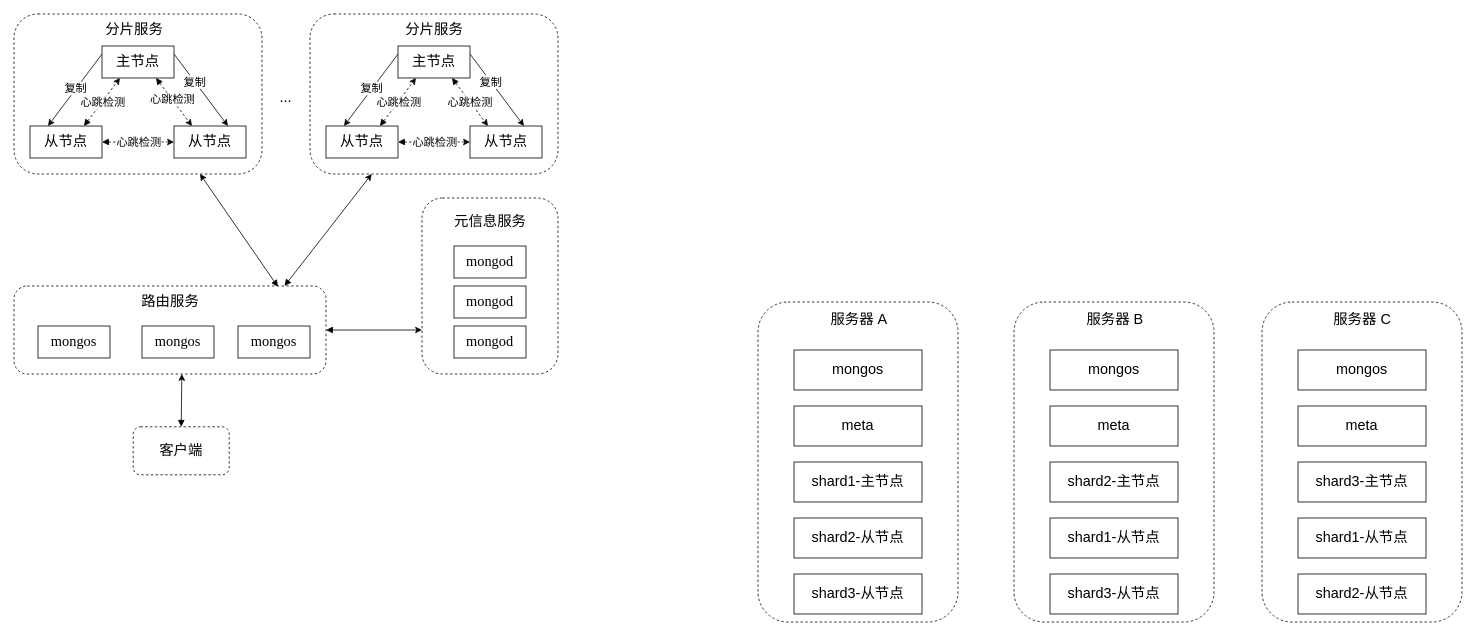
The draw.io diagram page "mongodb" (2 of 8) of structure.drawio in WWj5921/ConfigCenter, before the edit. Source tidied: cells renumbered, new cells numbered last; positions are measured from the earlier drawing's top-left corner, leaving out a move shared by most shapes. Both pictures are drawn from the tidied source at 80%, with x=0, y=0 at pixel (14, 14).
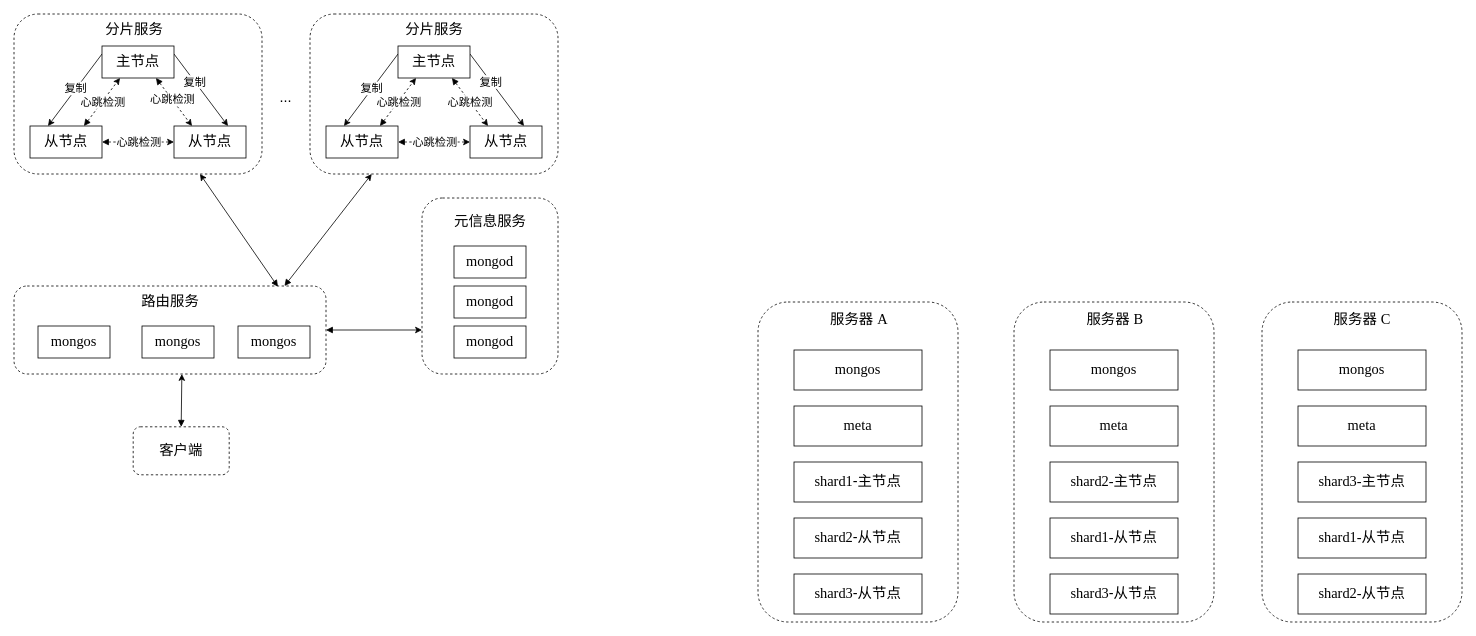
After the change.

What changed in the source:
```diff
@@
-    <mxCell id="47" style="rounded=1;whiteSpace=wrap;html=1;dashed=1;fontSize=18;" parent="1" vertex="1">
+    <mxCell id="47" style="rounded=1;whiteSpace=wrap;html=1;dashed=1;fontSize=18;fontFamily=华文宋体;" parent="1" vertex="1">
       <mxGeometry x="930" y="360" width="250" height="400" as="geometry" />
     </mxCell>
-    <mxCell id="48" value="mongos" style="rounded=0;whiteSpace=wrap;html=1;fontSize=18;" parent="1" vertex="1">
+    <mxCell id="48" value="mongos" style="rounded=0;whiteSpace=wrap;html=1;fontSize=18;fontFamily=Times New Roman;" parent="1" vertex="1">
       <mxGeometry x="975" y="420" width="160" height="50" as="geometry" />
     </mxCell>
-    <mxCell id="49" value="meta" style="rounded=0;whiteSpace=wrap;html=1;fontSize=18;" parent="1" vertex="1">
+    <mxCell id="49" value="meta" style="rounded=0;whiteSpace=wrap;html=1;fontSize=18;fontFamily=Times New Roman;" parent="1" vertex="1">
       <mxGeometry x="975" y="490" width="160" height="50" as="geometry" />
     </mxCell>
-    <mxCell id="50" value="shard1-主节点" style="rounded=0;whiteSpace=wrap;html=1;fontSize=18;" parent="1" vertex="1">
+    <mxCell id="50" value="&lt;font face=&quot;Times New Roman&quot;&gt;shard1&lt;/font&gt;-主节点" style="rounded=0;whiteSpace=wrap;html=1;fontSize=18;fontFamily=华文宋体;" parent="1" vertex="1">
       <mxGeometry x="975" y="560" width="160" height="50" as="geometry" />
     </mxCell>
-    <mxCell id="51" value="shard2-从节点" style="rounded=0;whiteSpace=wrap;html=1;fontSize=18;" parent="1" vertex="1">
+    <mxCell id="51" value="&lt;font face=&quot;Times New Roman&quot;&gt;shard2&lt;/font&gt;-从节点" style="rounded=0;whiteSpace=wrap;html=1;fontSize=18;fontFamily=华文宋体;" parent="1" vertex="1">
       <mxGeometry x="975" y="630" width="160" height="50" as="geometry" />
     </mxCell>
-    <mxCell id="52" value="shard3-从节点" style="rounded=0;whiteSpace=wrap;html=1;fontSize=18;" parent="1" vertex="1">
+    <mxCell id="52" value="&lt;font face=&quot;Times New Roman&quot;&gt;shard3&lt;/font&gt;-从节点" style="rounded=0;whiteSpace=wrap;html=1;fontSize=18;fontFamily=华文宋体;" parent="1" vertex="1">
       <mxGeometry x="975" y="700" width="160" height="50" as="geometry" />
     </mxCell>
-    <mxCell id="53" value="服务器 A" style="text;html=1;align=center;verticalAlign=middle;strokeColor=none;fillColor=none;fontSize=18;" parent="1" vertex="1">
-      <mxGeometry x="1015" y="369" width="81" height="26" as="geometry" />
+    <mxCell id="53" value="服务器 &lt;font face=&quot;Times New Roman&quot;&gt;A&lt;/font&gt;" style="text;html=1;align=center;verticalAlign=middle;strokeColor=none;fillColor=none;fontSize=18;fontFamily=华文宋体;" parent="1" vertex="1">
+      <mxGeometry x="1011" y="367" width="90" height="30" as="geometry" />
     </mxCell>
-    <mxCell id="54" style="rounded=1;whiteSpace=wrap;html=1;dashed=1;fontSize=18;" parent="1" vertex="1">
+    <mxCell id="54" style="rounded=1;whiteSpace=wrap;html=1;dashed=1;fontSize=18;fontFamily=华文宋体;" parent="1" vertex="1">
       <mxGeometry x="1250" y="360" width="250" height="400" as="geometry" />
     </mxCell>
-    <mxCell id="55" value="mongos" style="rounded=0;whiteSpace=wrap;html=1;fontSize=18;" parent="1" vertex="1">
+    <mxCell id="55" value="mongos" style="rounded=0;whiteSpace=wrap;html=1;fontSize=18;fontFamily=Times New Roman;" parent="1" vertex="1">
       <mxGeometry x="1295" y="420" width="160" height="50" as="geometry" />
     </mxCell>
-    <mxCell id="56" value="meta" style="rounded=0;whiteSpace=wrap;html=1;fontSize=18;" parent="1" vertex="1">
+    <mxCell id="56" value="meta" style="rounded=0;whiteSpace=wrap;html=1;fontSize=18;fontFamily=Times New Roman;" parent="1" vertex="1">
       <mxGeometry x="1295" y="490" width="160" height="50" as="geometry" />
     </mxCell>
-    <mxCell id="57" value="shard2-主节点" style="rounded=0;whiteSpace=wrap;html=1;fontSize=18;" parent="1" vertex="1">
+    <mxCell id="57" value="&lt;font face=&quot;Times New Roman&quot;&gt;shard2-&lt;/font&gt;主节点" style="rounded=0;whiteSpace=wrap;html=1;fontSize=18;fontFamily=华文宋体;" parent="1" vertex="1">
       <mxGeometry x="1295" y="560" width="160" height="50" as="geometry" />
     </mxCell>
-    <mxCell id="58" value="shard1-从节点" style="rounded=0;whiteSpace=wrap;html=1;fontSize=18;" parent="1" vertex="1">
+    <mxCell id="58" value="&lt;font face=&quot;Times New Roman&quot;&gt;shard1-&lt;/font&gt;从节点" style="rounded=0;whiteSpace=wrap;html=1;fontSize=18;fontFamily=华文宋体;" parent="1" vertex="1">
       <mxGeometry x="1295" y="630" width="160" height="50" as="geometry" />
     </mxCell>
-    <mxCell id="59" value="shard3-从节点" style="rounded=0;whiteSpace=wrap;html=1;fontSize=18;" parent="1" vertex="1">
+    <mxCell id="59" value="&lt;font face=&quot;Times New Roman&quot;&gt;shard3&lt;/font&gt;-从节点" style="rounded=0;whiteSpace=wrap;html=1;fontSize=18;fontFamily=华文宋体;" parent="1" vertex="1">
       <mxGeometry x="1295" y="700" width="160" height="50" as="geometry" />
     </mxCell>
-    <mxCell id="60" value="服务器 B" style="text;html=1;align=center;verticalAlign=middle;strokeColor=none;fillColor=none;fontSize=18;" parent="1" vertex="1">
-      <mxGeometry x="1335" y="369" width="81" height="26" as="geometry" />
+    <mxCell id="60" value="服务器 &lt;font face=&quot;Times New Roman&quot;&gt;B&lt;/font&gt;" style="text;html=1;align=center;verticalAlign=middle;strokeColor=none;fillColor=none;fontSize=18;fontFamily=华文宋体;" parent="1" vertex="1">
+      <mxGeometry x="1331" y="367" width="90" height="30" as="geometry" />
     </mxCell>
-    <mxCell id="61" style="rounded=1;whiteSpace=wrap;html=1;dashed=1;fontSize=18;" parent="1" vertex="1">
+    <mxCell id="61" style="rounded=1;whiteSpace=wrap;html=1;dashed=1;fontSize=18;fontFamily=华文宋体;" parent="1" vertex="1">
       <mxGeometry x="1560" y="360" width="250" height="400" as="geometry" />
     </mxCell>
-    <mxCell id="62" value="mongos" style="rounded=0;whiteSpace=wrap;html=1;fontSize=18;" parent="1" vertex="1">
+    <mxCell id="62" value="mongos" style="rounded=0;whiteSpace=wrap;html=1;fontSize=18;fontFamily=Times New Roman;" parent="1" vertex="1">
       <mxGeometry x="1605" y="420" width="160" height="50" as="geometry" />
     </mxCell>
-    <mxCell id="63" value="meta" style="rounded=0;whiteSpace=wrap;html=1;fontSize=18;" parent="1" vertex="1">
+    <mxCell id="63" value="meta" style="rounded=0;whiteSpace=wrap;html=1;fontSize=18;fontFamily=Times New Roman;" parent="1" vertex="1">
       <mxGeometry x="1605" y="490" width="160" height="50" as="geometry" />
     </mxCell>
-    <mxCell id="64" value="shard3-主节点" style="rounded=0;whiteSpace=wrap;html=1;fontSize=18;" parent="1" vertex="1">
+    <mxCell id="64" value="&lt;font face=&quot;Times New Roman&quot;&gt;shard3-&lt;/font&gt;主节点" style="rounded=0;whiteSpace=wrap;html=1;fontSize=18;fontFamily=华文宋体;" parent="1" vertex="1">
       <mxGeometry x="1605" y="560" width="160" height="50" as="geometry" />
     </mxCell>
-    <mxCell id="65" value="shard1-从节点" style="rounded=0;whiteSpace=wrap;html=1;fontSize=18;" parent="1" vertex="1">
+    <mxCell id="65" value="&lt;font face=&quot;Times New Roman&quot;&gt;shard1-&lt;/font&gt;从节点" style="rounded=0;whiteSpace=wrap;html=1;fontSize=18;fontFamily=华文宋体;" parent="1" vertex="1">
       <mxGeometry x="1605" y="630" width="160" height="50" as="geometry" />
     </mxCell>
-    <mxCell id="66" value="shard2-从节点" style="rounded=0;whiteSpace=wrap;html=1;fontSize=18;" parent="1" vertex="1">
+    <mxCell id="66" value="&lt;font face=&quot;Times New Roman&quot;&gt;shard2-&lt;/font&gt;从节点" style="rounded=0;whiteSpace=wrap;html=1;fontSize=18;fontFamily=华文宋体;" parent="1" vertex="1">
       <mxGeometry x="1605" y="700" width="160" height="50" as="geometry" />
     </mxCell>
-    <mxCell id="67" value="服务器 C" style="text;html=1;align=center;verticalAlign=middle;strokeColor=none;fillColor=none;fontSize=18;" parent="1" vertex="1">
-      <mxGeometry x="1644" y="369" width="82" height="26" as="geometry" />
+    <mxCell id="67" value="服务器 &lt;font face=&quot;Times New Roman&quot;&gt;C&lt;/font&gt;" style="text;html=1;align=center;verticalAlign=middle;strokeColor=none;fillColor=none;fontSize=18;fontFamily=华文宋体;" parent="1" vertex="1">
+      <mxGeometry x="1640" y="367" width="90" height="30" as="geometry" />
     </mxCell>
```
